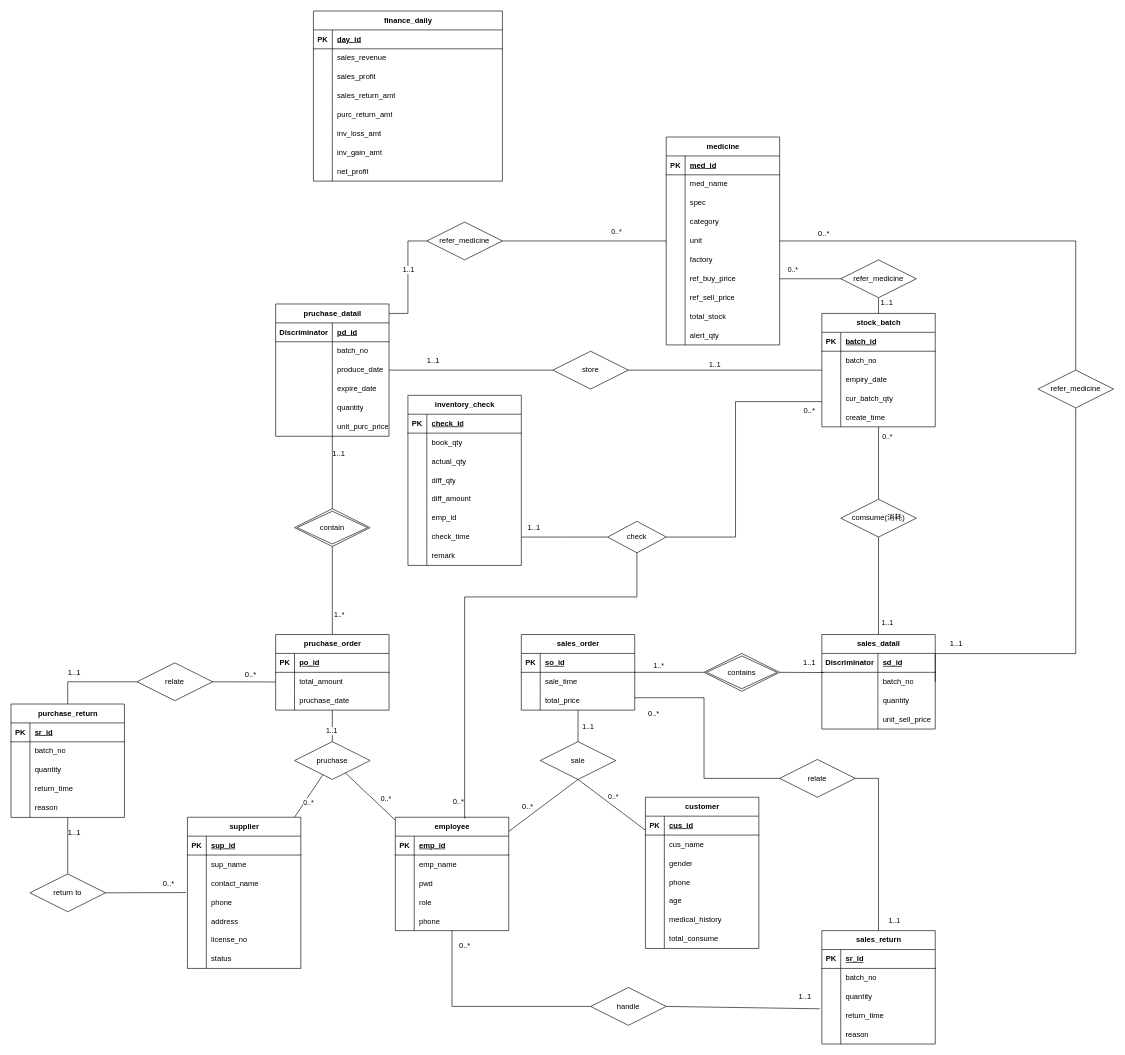
Earlier version of the draw.io diagram ER.drawio (zhengxf37/medicine_sale). Source tidied: cells renumbered, new cells numbered last; positions are measured from the earlier drawing's top-left corner, leaving out a move shared by most shapes. Both pictures are drawn from the tidied source at 63%, with x=0, y=0 at pixel (11, 11).
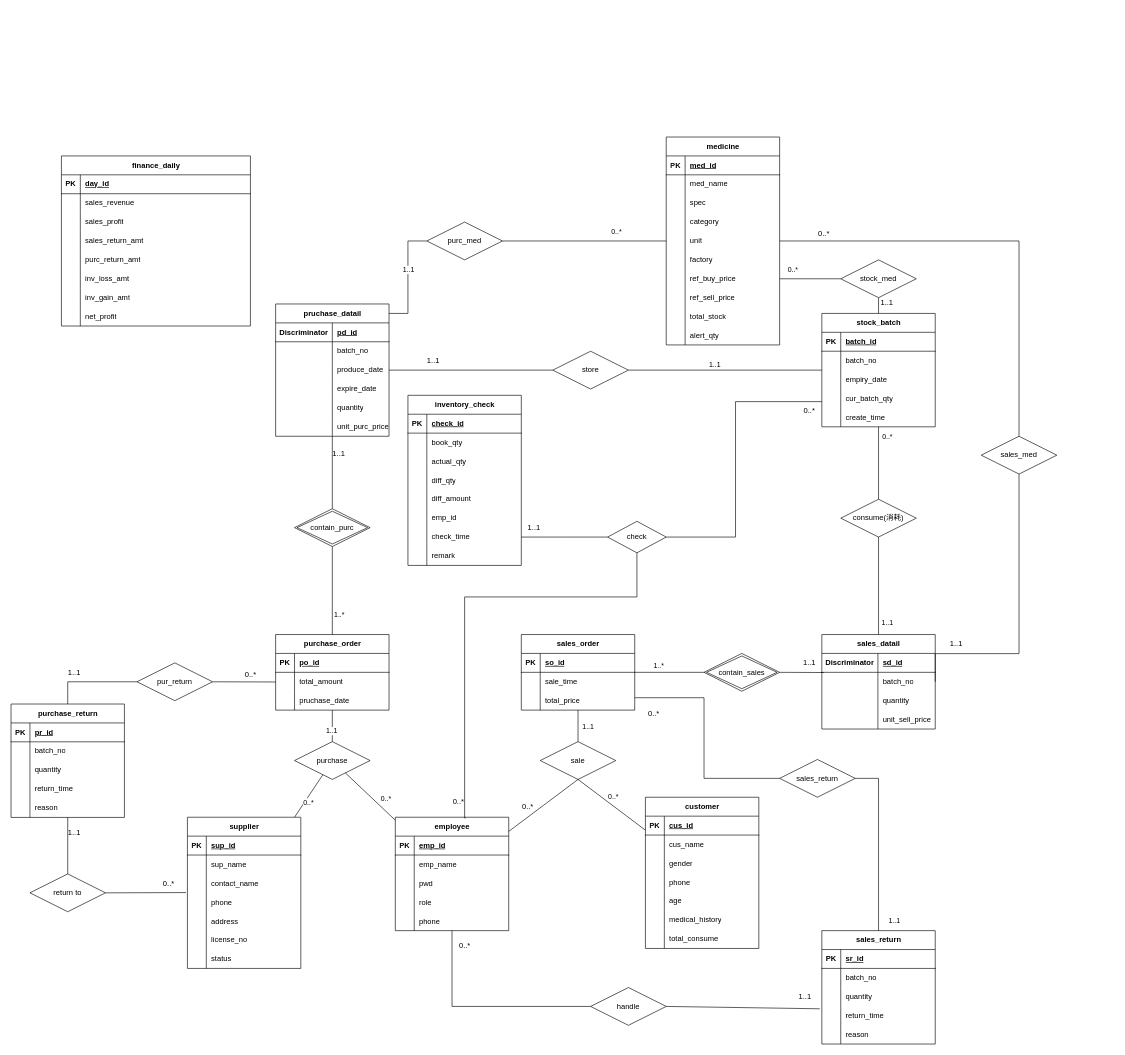
After the change.

The change refers to these unchanged cells:
```xml
<mxCell id="2" value="medicine" style="shape=table;startSize=30;childLayout=tableLayout;rowLines=0;fontStyle=1;align=center;html=1;" parent="1" vertex="1">
  <mxGeometry x="1040" y="200" width="180" height="330" as="geometry" />
</mxCell>
<mxCell id="152" style="shape=tableRow;horizontal=0;startSize=0;swimlaneHead=0;swimlaneBody=0;fillColor=none;points=[[0,0.5],[1,0.5]];portConstraint=eastwest;top=0;left=0;right=0;bottom=0;" parent="148" vertex="1">
  <mxGeometry y="60" width="180" height="30" as="geometry" />
</mxCell>
<mxCell id="267" style="shape=tableRow;horizontal=0;startSize=0;swimlaneHead=0;swimlaneBody=0;fillColor=none;top=0;left=0;right=0;bottom=1;" parent="266" vertex="1">
  <mxGeometry y="30" width="180" height="30" as="geometry" />
</mxCell>
```

What changed in the source:
```diff
@@
-    <mxCell id="109" value="pruchase_order" style="shape=table;startSize=30;childLayout=tableLayout;rowLines=0;fontStyle=1;align=center;html=1;" parent="1" vertex="1">
+    <mxCell id="109" value="purchase_order" style="shape=table;startSize=30;childLayout=tableLayout;rowLines=0;fontStyle=1;align=center;html=1;" parent="1" vertex="1">
       <mxGeometry x="420" y="989.7" width="180" height="120" as="geometry" />
     </mxCell>
@@
-    <mxCell id="164" value="pruchase" style="shape=rhombus;perimeter=rhombusPerimeter;whiteSpace=wrap;html=1;align=center;" parent="1" vertex="1">
+    <mxCell id="164" value="purchase" style="shape=rhombus;perimeter=rhombusPerimeter;whiteSpace=wrap;html=1;align=center;" parent="1" vertex="1">
       <mxGeometry x="450" y="1159.7" width="120" height="60" as="geometry" />
     </mxCell>
@@
-    <mxCell id="172" value="contain" style="shape=rhombus;double=1;perimeter=rhombusPerimeter;whiteSpace=wrap;html=1;align=center;" parent="1" vertex="1">
+    <mxCell id="172" value="contain_purc" style="shape=rhombus;double=1;perimeter=rhombusPerimeter;whiteSpace=wrap;html=1;align=center;" parent="1" vertex="1">
       <mxGeometry x="450" y="790" width="120" height="60" as="geometry" />
     </mxCell>
@@
-    <mxCell id="175" value="refer_medicine" style="shape=rhombus;perimeter=rhombusPerimeter;whiteSpace=wrap;html=1;align=center;" parent="1" vertex="1">
+    <mxCell id="175" value="purc_med" style="shape=rhombus;perimeter=rhombusPerimeter;whiteSpace=wrap;html=1;align=center;" parent="1" vertex="1">
       <mxGeometry x="660" y="335" width="120" height="60" as="geometry" />
     </mxCell>
@@
-    <mxCell id="189" value="contains" style="shape=rhombus;double=1;perimeter=rhombusPerimeter;whiteSpace=wrap;html=1;align=center;" parent="1" vertex="1">
+    <mxCell id="189" value="contain_sales" style="shape=rhombus;double=1;perimeter=rhombusPerimeter;whiteSpace=wrap;html=1;align=center;" parent="1" vertex="1">
       <mxGeometry x="1100" y="1019.7" width="120" height="60" as="geometry" />
     </mxCell>
@@
-    <mxCell id="194" value="comsume(消耗)" style="shape=rhombus;perimeter=rhombusPerimeter;whiteSpace=wrap;html=1;align=center;" parent="1" vertex="1">
+    <mxCell id="194" value="consume(消耗)" style="shape=rhombus;perimeter=rhombusPerimeter;whiteSpace=wrap;html=1;align=center;" parent="1" vertex="1">
       <mxGeometry x="1317" y="775" width="120" height="60" as="geometry" />
     </mxCell>
@@
-    <mxCell id="200" value="refer_medicine" style="shape=rhombus;perimeter=rhombusPerimeter;whiteSpace=wrap;html=1;align=center;" parent="1" vertex="1">
-      <mxGeometry x="1630" y="570" width="120" height="60" as="geometry" />
+    <mxCell id="200" value="sales_med" style="shape=rhombus;perimeter=rhombusPerimeter;whiteSpace=wrap;html=1;align=center;" parent="1" vertex="1">
+      <mxGeometry x="1540" y="675" width="120" height="60" as="geometry" />
     </mxCell>
     <mxCell id="201" style="endArrow=none;html=1;rounded=0;edgeStyle=orthogonalEdgeStyle;exitX=1;exitY=0.5;exitDx=0;exitDy=0;entryX=0.5;entryY=1;entryDx=0;entryDy=0;" parent="1" edge="1" source="152" target="200">
       <mxGeometry relative="1" as="geometry">
         <Array as="points">
           <mxPoint x="1467" y="1020" />
-          <mxPoint x="1690" y="1020" />
+          <mxPoint x="1600" y="1020" />
         </Array>
       </mxGeometry>
     </mxCell>
     <mxCell id="202" style="endArrow=none;html=1;rounded=0;entryX=0.5;entryY=0;entryDx=0;entryDy=0;edgeStyle=orthogonalEdgeStyle;" parent="1" edge="1" source="2" target="200">
       <mxGeometry relative="1" as="geometry">
         <Array as="points">
-          <mxPoint x="1690" y="365" />
+          <mxPoint x="1600" y="365" />
         </Array>
       </mxGeometry>
     </mxCell>
@@
-    <mxCell id="230" value="refer_medicine" style="shape=rhombus;perimeter=rhombusPerimeter;whiteSpace=wrap;html=1;align=center;" parent="1" vertex="1">
+    <mxCell id="230" value="stock_med" style="shape=rhombus;perimeter=rhombusPerimeter;whiteSpace=wrap;html=1;align=center;" parent="1" vertex="1">
       <mxGeometry x="1317" y="395" width="120" height="60" as="geometry" />
     </mxCell>
@@
-    <mxCell id="258" value="relate" style="shape=rhombus;perimeter=rhombusPerimeter;whiteSpace=wrap;html=1;align=center;" parent="1" vertex="1">
+    <mxCell id="258" value="sales_return" style="shape=rhombus;perimeter=rhombusPerimeter;whiteSpace=wrap;html=1;align=center;" parent="1" vertex="1">
       <mxGeometry x="1220" y="1188" width="120" height="60" as="geometry" />
     </mxCell>
@@
-    <mxCell id="269" value="sr_id" style="shape=partialRectangle;fillColor=none;top=0;left=0;bottom=0;right=0;align=left;spacingLeft=6;fontStyle=5;overflow=hidden;whiteSpace=wrap;html=1;" parent="267" vertex="1">
+    <mxCell id="269" value="pr_id" style="shape=partialRectangle;fillColor=none;top=0;left=0;bottom=0;right=0;align=left;spacingLeft=6;fontStyle=5;overflow=hidden;whiteSpace=wrap;html=1;" parent="267" vertex="1">
       <mxGeometry x="30" width="150" height="30" as="geometry" />
     </mxCell>
@@
-    <mxCell id="285" value="relate" style="shape=rhombus;perimeter=rhombusPerimeter;whiteSpace=wrap;html=1;align=center;" parent="1" vertex="1">
+    <mxCell id="285" value="pur_return" style="shape=rhombus;perimeter=rhombusPerimeter;whiteSpace=wrap;html=1;align=center;" parent="1" vertex="1">
       <mxGeometry x="200" y="1034.7" width="120" height="60" as="geometry" />
     </mxCell>
@@
     <mxCell id="292" value="finance_daily" style="shape=table;startSize=30;childLayout=tableLayout;rowLines=0;fontStyle=1;align=center;html=1;" parent="1" vertex="1">
-      <mxGeometry x="480" width="300" height="270" as="geometry" />
+      <mxGeometry x="80" y="230" width="300" height="270" as="geometry" />
     </mxCell>
```
